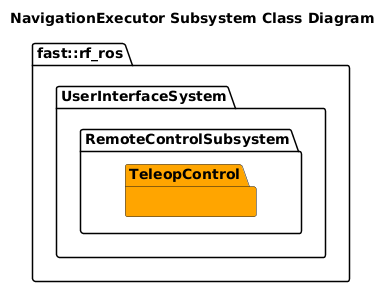
Earlier version of the PlantUML export Systems/UserInterface/Subsystems/RemoteControl/doc/puml/RemoteControlSubsystemClassDiagram.png (fastrobotics/robot_framework_ros).
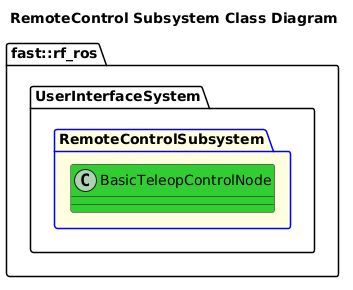
After the commit.

What changed in the source:
```diff
@@ -1,12 +1,10 @@
 @startuml
-title NavigationExecutor Subsystem Class Diagram
+title RemoteControl Subsystem Class Diagram
 
 namespace fast::rf_ros {
     namespace UserInterfaceSystem {
-        namespace RemoteControlSubsystem {
-            package TeleopControl #Orange {
-
-            }
+        package RemoteControlSubsystem #LightYellow;line:blue  {
+            class BasicTeleopControlNode #LimeGreen {}
         }
     }
 }
```
